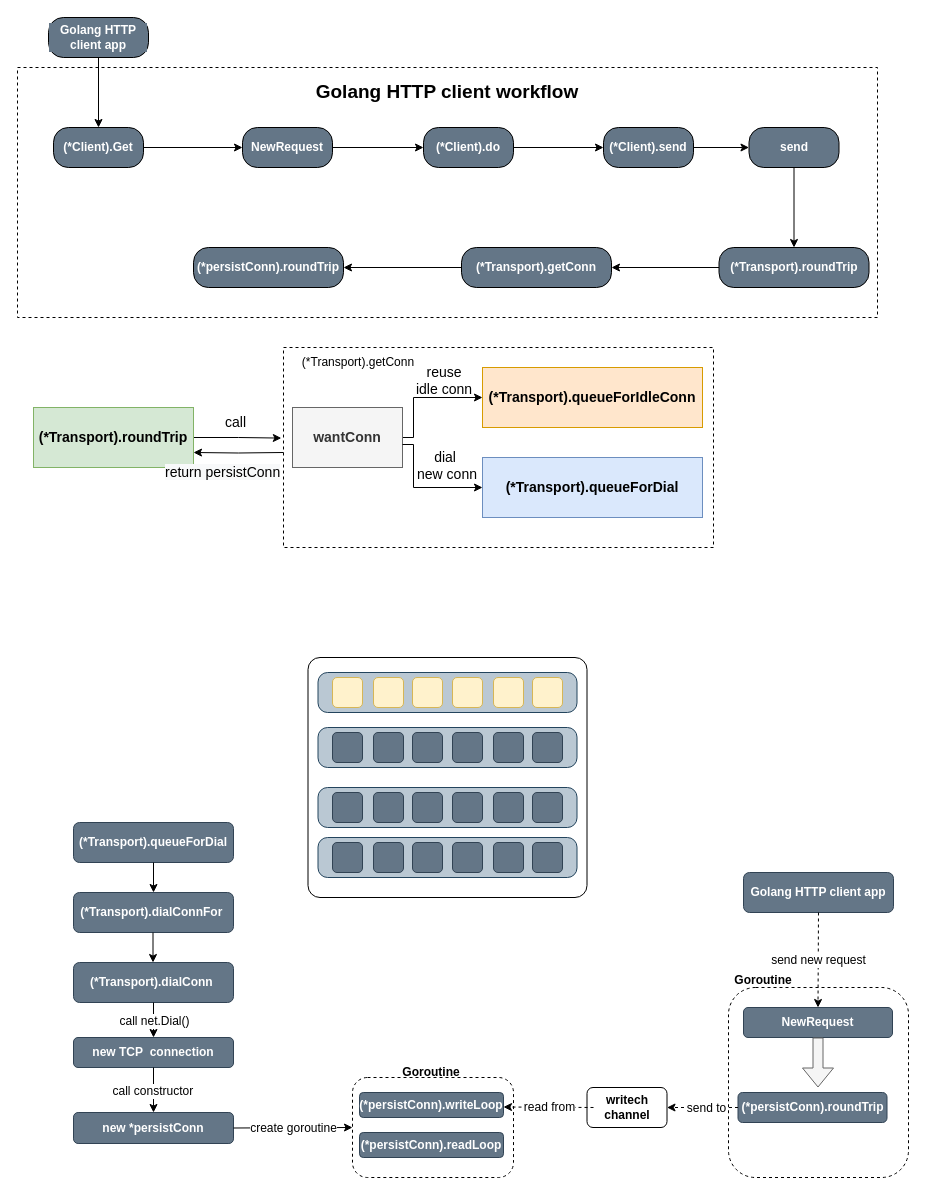
Before: golang-http1-1-flow.drawio in baoqger/drawing.io, a draw.io diagram. Source tidied: cells renumbered, new cells numbered last; positions are measured from the earlier drawing's top-left corner, leaving out a move shared by most shapes. Both pictures are drawn from the tidied source at 100%, with x=0, y=0 at pixel (17, 17).
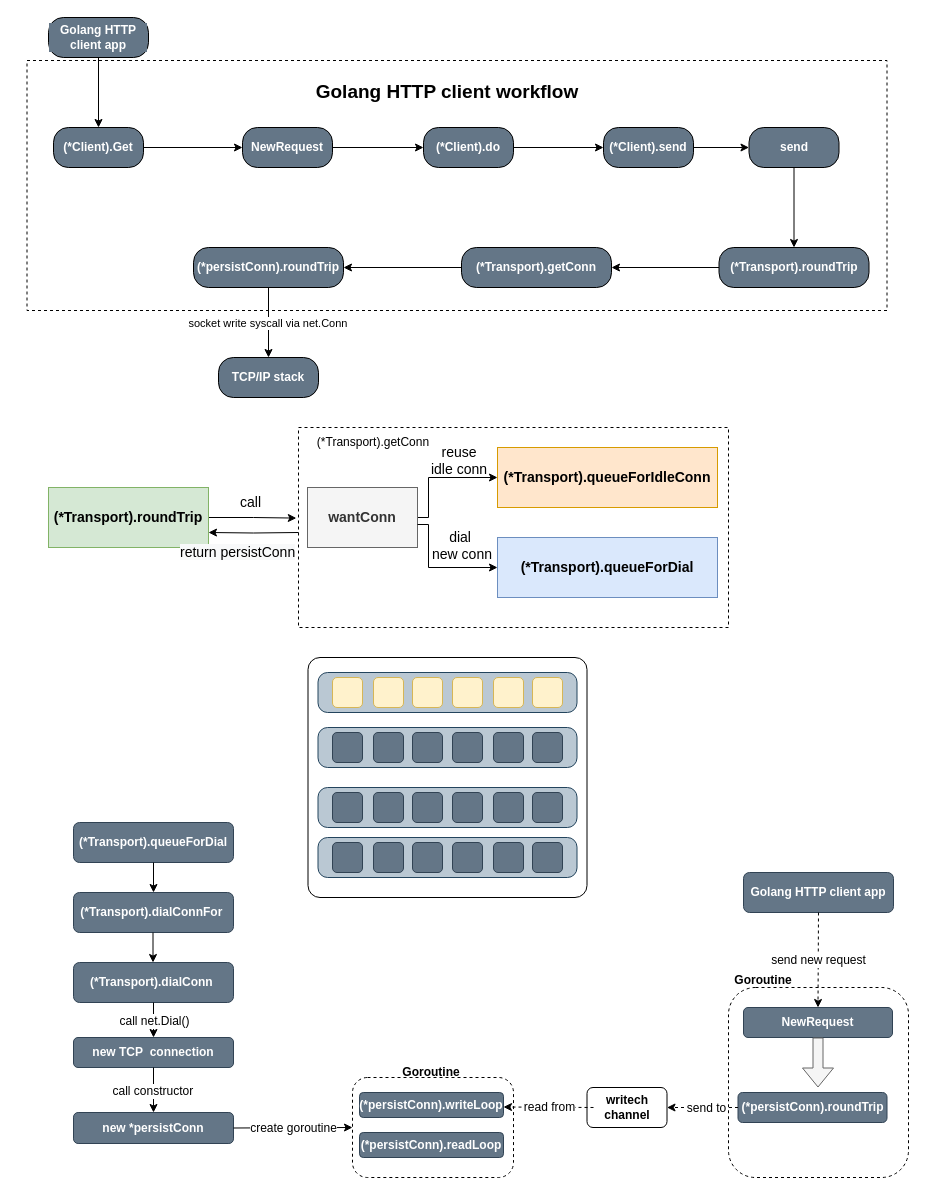
The same diagram, later.

Unchanged cells that the change refers to:
```xml
<mxCell id="79" value="(*persistConn).roundTrip" style="rounded=1;whiteSpace=wrap;html=1;labelBackgroundColor=#647687;fontColor=#FFFFFF;fillColor=#647687;align=center;verticalAlign=middle;arcSize=37;fontStyle=1;" parent="1" vertex="1">
  <mxGeometry x="176" y="230" width="150" height="40" as="geometry" />
</mxCell>
```

The edit, as a diff of the source:
```diff
@@
     <mxCell id="2" style="rounded=0;whiteSpace=wrap;html=1;dashed=1;" parent="1" vertex="1">
-      <mxGeometry y="50" width="860" height="250" as="geometry" />
+      <mxGeometry x="9.5" y="43" width="860" height="250" as="geometry" />
     </mxCell>
@@
     <mxCell id="4" value="(*Transport).roundTrip" style="rounded=1;whiteSpace=wrap;html=1;arcSize=0;fontSize=14;fontStyle=1;fillColor=#d5e8d4;strokeColor=#82b366;" parent="1" vertex="1">
-      <mxGeometry x="16" y="390" width="160" height="60" as="geometry" />
+      <mxGeometry x="31" y="470" width="160" height="60" as="geometry" />
     </mxCell>
     <mxCell id="5" style="rounded=0;whiteSpace=wrap;html=1;dashed=1;" parent="1" vertex="1">
-      <mxGeometry x="266" y="330" width="430" height="200" as="geometry" />
+      <mxGeometry x="281" y="410" width="430" height="200" as="geometry" />
     </mxCell>
     <mxCell id="6" style="edgeStyle=orthogonalEdgeStyle;rounded=0;jettySize=auto;html=1;entryX=0;entryY=0.5;entryDx=0;entryDy=0;" parent="1" edge="1" source="7" target="9">
       <mxGeometry relative="1" as="geometry">
         <Array as="points">
-          <mxPoint x="396" y="420" />
-          <mxPoint x="396" y="380" />
+          <mxPoint x="411" y="500" />
+          <mxPoint x="411" y="460" />
         </Array>
       </mxGeometry>
     </mxCell>
     <mxCell id="7" value="wantConn" style="rounded=1;whiteSpace=wrap;html=1;arcSize=0;fontSize=14;fontStyle=1;fillColor=#f5f5f5;strokeColor=#666666;fontColor=#333333;" parent="1" vertex="1">
-      <mxGeometry x="275" y="390" width="110" height="60" as="geometry" />
+      <mxGeometry x="290" y="470" width="110" height="60" as="geometry" />
     </mxCell>
     <mxCell id="8" value="(*Transport).getConn" style="text;html=1;strokeColor=none;fillColor=none;align=center;verticalAlign=middle;whiteSpace=wrap;rounded=0;dashed=1;" parent="1" vertex="1">
-      <mxGeometry x="276" y="330" width="130" height="30" as="geometry" />
+      <mxGeometry x="291" y="410" width="130" height="30" as="geometry" />
     </mxCell>
     <mxCell id="9" value="(*Transport).queueForIdleConn" style="rounded=1;whiteSpace=wrap;html=1;arcSize=0;fontSize=14;fontStyle=1;fillColor=#ffe6cc;strokeColor=#d79b00;" parent="1" vertex="1">
-      <mxGeometry x="465" y="350" width="220" height="60" as="geometry" />
+      <mxGeometry x="480" y="430" width="220" height="60" as="geometry" />
     </mxCell>
     <mxCell id="10" value="(*Transport).queueForDial" style="rounded=1;whiteSpace=wrap;html=1;arcSize=0;fontSize=14;fontStyle=1;fillColor=#dae8fc;strokeColor=#6c8ebf;" parent="1" vertex="1">
-      <mxGeometry x="465" y="440" width="220" height="60" as="geometry" />
+      <mxGeometry x="480" y="520" width="220" height="60" as="geometry" />
     </mxCell>
     <mxCell id="11" style="edgeStyle=orthogonalEdgeStyle;rounded=0;jettySize=auto;html=1;entryX=0;entryY=0.5;entryDx=0;entryDy=0;" parent="1" edge="1" target="10">
       <mxGeometry relative="1" as="geometry">
-        <mxPoint x="385" y="427" as="sourcePoint" />
+        <mxPoint x="400" y="507" as="sourcePoint" />
         <Array as="points">
-          <mxPoint x="396" y="427" />
-          <mxPoint x="396" y="470" />
+          <mxPoint x="411" y="507" />
+          <mxPoint x="411" y="550" />
         </Array>
       </mxGeometry>
     </mxCell>
     <mxCell id="12" style="edgeStyle=orthogonalEdgeStyle;rounded=0;jettySize=auto;html=1;entryX=1;entryY=0.75;entryDx=0;entryDy=0;" parent="1" edge="1" target="4">
       <mxGeometry relative="1" as="geometry">
-        <mxPoint x="266" y="435" as="sourcePoint" />
+        <mxPoint x="281" y="515" as="sourcePoint" />
       </mxGeometry>
     </mxCell>
     <mxCell id="13" value="&lt;span style=&quot;color: rgb(0 , 0 , 0) ; font-family: &amp;#34;helvetica&amp;#34; ; font-size: 14px ; font-style: normal ; letter-spacing: normal ; text-indent: 0px ; text-transform: none ; word-spacing: 0px ; background-color: rgb(248 , 249 , 250) ; display: inline ; float: none&quot;&gt;return persistConn&lt;/span&gt;" style="text;whiteSpace=wrap;html=1;fontStyle=0;align=left;" parent="1" vertex="1">
-      <mxGeometry x="146" y="440" width="140" height="30" as="geometry" />
+      <mxGeometry x="161" y="520" width="140" height="30" as="geometry" />
     </mxCell>
     <mxCell id="14" value="&lt;div style=&quot;text-align: center&quot;&gt;&lt;span style=&quot;font-size: 14px&quot;&gt;&lt;font face=&quot;helvetica&quot;&gt;call&lt;/font&gt;&lt;/span&gt;&lt;/div&gt;" style="text;whiteSpace=wrap;html=1;fontStyle=0;" parent="1" vertex="1">
-      <mxGeometry x="206" y="390" width="30" height="30" as="geometry" />
+      <mxGeometry x="221" y="470" width="30" height="30" as="geometry" />
     </mxCell>
     <mxCell id="15" value="&lt;div style=&quot;text-align: center&quot;&gt;&lt;span style=&quot;font-size: 14px&quot;&gt;&lt;font face=&quot;helvetica&quot;&gt;reuse idle conn&lt;/font&gt;&lt;/span&gt;&lt;/div&gt;" style="text;whiteSpace=wrap;html=1;fontStyle=0;" parent="1" vertex="1">
-      <mxGeometry x="396" y="340" width="60" height="30" as="geometry" />
+      <mxGeometry x="411" y="420" width="60" height="30" as="geometry" />
     </mxCell>
     <mxCell id="16" value="&lt;div&gt;&lt;span style=&quot;font-size: 14px&quot;&gt;&lt;font face=&quot;helvetica&quot;&gt;dial&amp;nbsp;&lt;/font&gt;&lt;/span&gt;&lt;/div&gt;&lt;div&gt;&lt;span style=&quot;font-size: 14px&quot;&gt;&lt;font face=&quot;helvetica&quot;&gt;new conn&lt;/font&gt;&lt;/span&gt;&lt;/div&gt;" style="text;whiteSpace=wrap;html=1;fontStyle=0;align=center;" parent="1" vertex="1">
-      <mxGeometry x="395" y="425" width="70" height="31" as="geometry" />
+      <mxGeometry x="410" y="505" width="70" height="31" as="geometry" />
     </mxCell>
@@
+    <mxCell id="94" value="TCP/IP stack" style="rounded=1;whiteSpace=wrap;html=1;labelBackgroundColor=#647687;fontColor=#FFFFFF;fillColor=#647687;align=center;verticalAlign=middle;arcSize=37;fontStyle=1;" parent="1" vertex="1">
+      <mxGeometry x="201" y="340" width="100" height="40" as="geometry" />
+    </mxCell>
+    <mxCell id="95" style="endArrow=classic;html=1;rounded=0;entryX=0.5;entryY=0;entryDx=0;entryDy=0;exitX=0.5;exitY=1;exitDx=0;exitDy=0;" parent="1" edge="1" source="79" target="94">
+      <mxGeometry relative="1" as="geometry" />
+    </mxCell>
+    <mxCell id="96" value="socket write syscall via net.Conn&amp;nbsp;" style="edgeLabel;html=1;align=center;verticalAlign=middle;" parent="95" vertex="1">
+      <mxGeometry relative="1" as="geometry" />
+    </mxCell>
```
